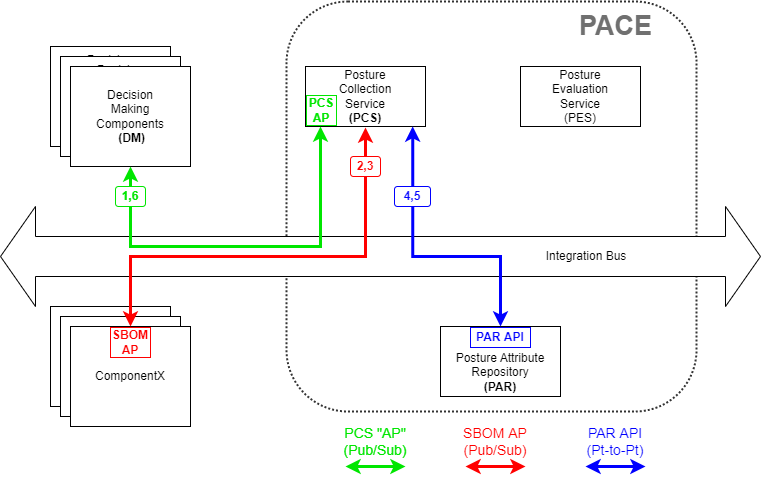
Above: docs/Arch/OC2_Get_SBOM_Arch.png in opencybersecurityalliance/PACE (draw.io), before the change. Source tidied: cells renumbered, new cells last; positions are measured from the earlier drawing's top-left corner, leaving out a move shared by most shapes. Source of this version:
```xml
<mxGraphModel background="#ffffff">
  <root>
    <mxCell id="0" />
    <mxCell id="1" parent="0" />
    <mxCell id="2" style="whiteSpace=wrap;html=1;fillColor=none;strokeWidth=2;rounded=1;dashed=1;dashPattern=1 1;opacity=80;" parent="1" vertex="1">
      <mxGeometry x="286" width="410" height="410" as="geometry" />
    </mxCell>
    <mxCell id="3" value="Integration Bus&lt;span style=&quot;white-space: pre&quot;&gt;&#9;&lt;/span&gt;&lt;span style=&quot;white-space: pre&quot;&gt;&#9;&lt;/span&gt;&lt;span style=&quot;white-space: pre&quot;&gt;&#9;&lt;/span&gt;&lt;span style=&quot;white-space: pre&quot;&gt;&#9;&lt;span style=&quot;white-space: pre&quot;&gt;&#9;&lt;/span&gt;&lt;/span&gt;" style="html=1;shadow=0;dashed=0;align=right;verticalAlign=middle;shape=mxgraph.arrows2.twoWayArrow;dy=0.6;dx=35;" parent="1" vertex="1">
      <mxGeometry y="205" width="760" height="100" as="geometry" />
    </mxCell>
    <mxCell id="4" value="Posture&lt;br&gt;Collection&lt;br&gt;Service&lt;br&gt;&lt;b&gt;(PCS)&lt;/b&gt;" style="rounded=0;whiteSpace=wrap;html=1;" parent="1" vertex="1">
      <mxGeometry x="305" y="65" width="120" height="60" as="geometry" />
    </mxCell>
    <mxCell id="5" value="Posture&lt;br&gt;Evaluation&lt;br&gt;Service&lt;br&gt;(PES)" style="rounded=0;whiteSpace=wrap;html=1;" parent="1" vertex="1">
      <mxGeometry x="520" y="65" width="120" height="60" as="geometry" />
    </mxCell>
    <mxCell id="6" value="Posture&amp;nbsp;Attribute&lt;br&gt;Repository&lt;br&gt;&lt;b&gt;(PAR)&lt;/b&gt;" style="rounded=0;whiteSpace=wrap;html=1;verticalAlign=bottom;" parent="1" vertex="1">
      <mxGeometry x="440" y="325" width="120" height="70" as="geometry" />
    </mxCell>
    <mxCell id="7" value="Decision&lt;br&gt;Making&lt;br&gt;Components&lt;br&gt;Requiring&lt;br&gt;Posture&lt;br&gt;Evaluation" style="rounded=0;whiteSpace=wrap;html=1;" parent="1" vertex="1">
      <mxGeometry x="50" y="45" width="120" height="100" as="geometry" />
    </mxCell>
    <mxCell id="8" value="Components&lt;br&gt;whose&lt;br&gt;posture&lt;br&gt;is&lt;br&gt;assessed" style="rounded=0;whiteSpace=wrap;html=1;" parent="1" vertex="1">
      <mxGeometry x="50" y="305" width="120" height="100" as="geometry" />
    </mxCell>
    <mxCell id="9" value="Decision&lt;br&gt;Making&lt;br&gt;Components&lt;br&gt;Requiring&lt;br&gt;Posture&lt;br&gt;Evaluation" style="rounded=0;whiteSpace=wrap;html=1;" parent="1" vertex="1">
      <mxGeometry x="60" y="55" width="120" height="100" as="geometry" />
    </mxCell>
    <mxCell id="10" value="Decision&lt;br&gt;Making&lt;br&gt;Components&lt;br&gt;&amp;nbsp;&lt;b&gt;(DM)&lt;/b&gt;" style="rounded=0;whiteSpace=wrap;html=1;" parent="1" vertex="1">
      <mxGeometry x="70" y="65" width="120" height="100" as="geometry" />
    </mxCell>
    <mxCell id="11" style="endArrow=classic;startArrow=classic;html=1;rounded=0;strokeColor=#00E600;strokeWidth=3;startFill=1;endSize=6;exitX=0.5;exitY=1;exitDx=0;exitDy=0;endFill=1;sourcePerimeterSpacing=6;targetPerimeterSpacing=6;" parent="1" edge="1" source="10">
      <mxGeometry relative="1" as="geometry">
        <mxPoint x="320" y="125" as="targetPoint" />
        <Array as="points">
          <mxPoint x="130" y="245" />
          <mxPoint x="320" y="245" />
        </Array>
      </mxGeometry>
    </mxCell>
    <mxCell id="12" value="&lt;font color=&quot;#707070&quot;&gt;PACE&lt;/font&gt;" style="text;html=1;align=center;verticalAlign=middle;fillColor=none;strokeColor=none;rounded=0;dashed=1;dashPattern=1 1;opacity=80;fontStyle=1;fontSize=27;fontColor=#636363;" parent="1" vertex="1">
      <mxGeometry x="570" y="5" width="90" height="40" as="geometry" />
    </mxCell>
    <mxCell id="13" value="Components&lt;br&gt;whose&lt;br&gt;posture&lt;br&gt;is&lt;br&gt;assessed" style="rounded=0;whiteSpace=wrap;html=1;" parent="1" vertex="1">
      <mxGeometry x="60" y="315" width="120" height="100" as="geometry" />
    </mxCell>
    <mxCell id="14" value="ComponentX" style="rounded=0;whiteSpace=wrap;html=1;verticalAlign=middle;" parent="1" vertex="1">
      <mxGeometry x="70" y="325" width="120" height="100" as="geometry" />
    </mxCell>
    <mxCell id="15" style="endArrow=classic;startArrow=classic;html=1;rounded=0;strokeColor=#FF0000;strokeWidth=3;startFill=1;endSize=6;endFill=1;entryX=0.5;entryY=1;entryDx=0;entryDy=0;exitX=0.5;exitY=0;exitDx=0;exitDy=0;" parent="1" edge="1" source="14">
      <mxGeometry relative="1" as="geometry">
        <mxPoint x="365" y="126" as="targetPoint" />
        <Array as="points">
          <mxPoint x="130" y="255" />
          <mxPoint x="365" y="255" />
        </Array>
      </mxGeometry>
    </mxCell>
    <mxCell id="16" value="2,3" style="rounded=1;whiteSpace=wrap;html=1;fontColor=#FF0000;strokeColor=#FF0000;strokeWidth=1;fontStyle=1;" parent="1" vertex="1">
      <mxGeometry x="350" y="155" width="30" height="20" as="geometry" />
    </mxCell>
    <mxCell id="17" style="endArrow=classic;startArrow=classic;html=1;rounded=0;fontColor=#0000FF;endSize=6;sourcePerimeterSpacing=6;targetPerimeterSpacing=6;strokeColor=#00E600;strokeWidth=3;" parent="1" edge="1">
      <mxGeometry relative="1" as="geometry">
        <mxPoint x="345" y="465" as="sourcePoint" />
        <mxPoint x="405" y="465" as="targetPoint" />
      </mxGeometry>
    </mxCell>
    <mxCell id="18" value="PCS &quot;AP&quot;&lt;br style=&quot;font-size: 14px;&quot;&gt;(Pub/Sub)" style="text;html=1;strokeColor=none;fillColor=none;align=center;verticalAlign=middle;whiteSpace=wrap;rounded=0;fontColor=#00E600;fontSize=14;" parent="1" vertex="1">
      <mxGeometry x="345" y="425" width="60" height="30" as="geometry" />
    </mxCell>
    <mxCell id="19" style="endArrow=classic;startArrow=classic;html=1;rounded=0;fontColor=#0000FF;endSize=6;sourcePerimeterSpacing=6;targetPerimeterSpacing=6;strokeColor=#FF0000;strokeWidth=3;" parent="1" edge="1">
      <mxGeometry relative="1" as="geometry">
        <mxPoint x="465" y="465" as="sourcePoint" />
        <mxPoint x="525" y="465" as="targetPoint" />
      </mxGeometry>
    </mxCell>
    <mxCell id="20" value="SBOM AP&lt;br style=&quot;font-size: 14px;&quot;&gt;(Pub/Sub)" style="text;html=1;strokeColor=none;fillColor=none;align=center;verticalAlign=middle;whiteSpace=wrap;rounded=0;fontColor=#FF0000;fontSize=14;" parent="1" vertex="1">
      <mxGeometry x="455" y="425" width="80" height="30" as="geometry" />
    </mxCell>
    <mxCell id="21" style="endArrow=classic;startArrow=classic;html=1;rounded=0;fontColor=#0000FF;endSize=6;sourcePerimeterSpacing=6;targetPerimeterSpacing=6;strokeColor=#0000FF;strokeWidth=3;startFill=1;" parent="1" edge="1">
      <mxGeometry relative="1" as="geometry">
        <mxPoint x="585" y="465" as="sourcePoint" />
        <mxPoint x="645" y="465" as="targetPoint" />
      </mxGeometry>
    </mxCell>
    <mxCell id="22" value="PAR API&lt;br style=&quot;font-size: 14px;&quot;&gt;(Pt-to-Pt)" style="text;html=1;strokeColor=none;fillColor=none;align=center;verticalAlign=middle;whiteSpace=wrap;rounded=0;fontColor=#0000FF;fontSize=14;" parent="1" vertex="1">
      <mxGeometry x="575" y="425" width="80" height="30" as="geometry" />
    </mxCell>
    <mxCell id="23" style="endArrow=classic;startArrow=classic;html=1;rounded=0;fontColor=#FF0000;strokeColor=#0000FF;exitX=0.893;exitY=0.999;exitDx=0;exitDy=0;entryX=0.5;entryY=0;entryDx=0;entryDy=0;edgeStyle=orthogonalEdgeStyle;strokeWidth=3;startFill=1;exitPerimeter=0;" parent="1" edge="1" source="4" target="6">
      <mxGeometry relative="1" as="geometry">
        <Array as="points">
          <mxPoint x="412" y="255" />
          <mxPoint x="500" y="255" />
        </Array>
      </mxGeometry>
    </mxCell>
    <mxCell id="24" value="4,5" style="rounded=1;whiteSpace=wrap;html=1;fontColor=#0000FF;strokeColor=#0000FF;strokeWidth=1;fontStyle=1;" parent="1" vertex="1">
      <mxGeometry x="394" y="185" width="36" height="20" as="geometry" />
    </mxCell>
    <mxCell id="25" value="1,6" style="rounded=1;whiteSpace=wrap;html=1;fontColor=#00E600;strokeColor=#00E600;strokeWidth=1;fontStyle=1;" parent="1" vertex="1">
      <mxGeometry x="115" y="185" width="30" height="20" as="geometry" />
    </mxCell>
    <mxCell id="26" value="&lt;b&gt;PCS&lt;br&gt;AP&lt;/b&gt;" style="rounded=0;whiteSpace=wrap;html=1;fontColor=#00E600;strokeColor=#00E600;" parent="1" vertex="1">
      <mxGeometry x="306" y="94" width="30" height="30" as="geometry" />
    </mxCell>
    <mxCell id="27" value="SBOM&lt;br&gt;AP" style="rounded=0;whiteSpace=wrap;html=1;fontColor=#FF0000;strokeColor=#FF0000;fontStyle=1;" parent="1" vertex="1">
      <mxGeometry x="110" y="326" width="40" height="30" as="geometry" />
    </mxCell>
    <mxCell id="28" value="PAR API" style="rounded=0;whiteSpace=wrap;html=1;fontColor=#0000FF;strokeColor=#0000FF;fontStyle=1;" parent="1" vertex="1">
      <mxGeometry x="470" y="326" width="60" height="20" as="geometry" />
    </mxCell>
  </root>
</mxGraphModel>
```
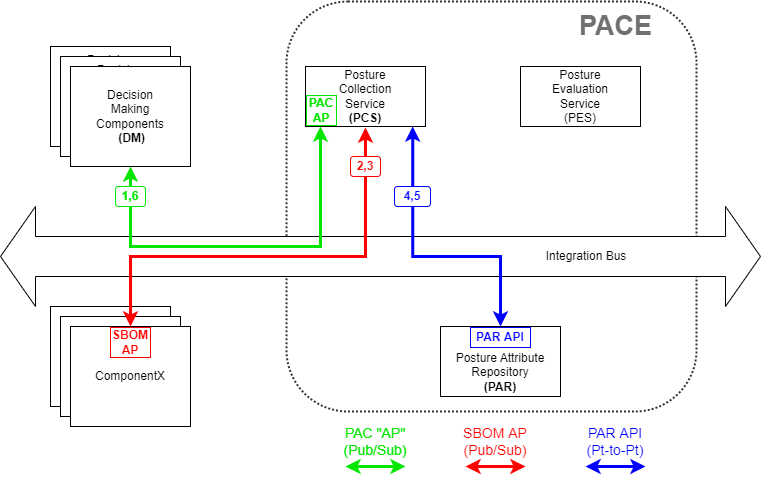
After the commit.

What changed in the source:
```diff
@@ -65,7 +65,7 @@
         <mxPoint x="405" y="465" as="targetPoint" />
       </mxGeometry>
     </mxCell>
-    <mxCell id="18" value="PCS &quot;AP&quot;&lt;br style=&quot;font-size: 14px;&quot;&gt;(Pub/Sub)" style="text;html=1;strokeColor=none;fillColor=none;align=center;verticalAlign=middle;whiteSpace=wrap;rounded=0;fontColor=#00E600;fontSize=14;" parent="1" vertex="1">
+    <mxCell id="18" value="PAC &quot;AP&quot;&lt;br style=&quot;font-size: 14px&quot;&gt;(Pub/Sub)" style="text;html=1;strokeColor=none;fillColor=none;align=center;verticalAlign=middle;whiteSpace=wrap;rounded=0;fontColor=#00E600;fontSize=14;" parent="1" vertex="1">
       <mxGeometry x="345" y="425" width="60" height="30" as="geometry" />
     </mxCell>
     <mxCell id="19" style="endArrow=classic;startArrow=classic;html=1;rounded=0;fontColor=#0000FF;endSize=6;sourcePerimeterSpacing=6;targetPerimeterSpacing=6;strokeColor=#FF0000;strokeWidth=3;" parent="1" edge="1">
@@ -100,7 +100,7 @@
     <mxCell id="25" value="1,6" style="rounded=1;whiteSpace=wrap;html=1;fontColor=#00E600;strokeColor=#00E600;strokeWidth=1;fontStyle=1;" parent="1" vertex="1">
       <mxGeometry x="115" y="185" width="30" height="20" as="geometry" />
     </mxCell>
-    <mxCell id="26" value="&lt;b&gt;PCS&lt;br&gt;AP&lt;/b&gt;" style="rounded=0;whiteSpace=wrap;html=1;fontColor=#00E600;strokeColor=#00E600;" parent="1" vertex="1">
+    <mxCell id="26" value="&lt;b&gt;PAC&lt;br&gt;AP&lt;/b&gt;" style="rounded=0;whiteSpace=wrap;html=1;fontColor=#00E600;strokeColor=#00E600;" parent="1" vertex="1">
       <mxGeometry x="306" y="94" width="30" height="30" as="geometry" />
     </mxCell>
     <mxCell id="27" value="SBOM&lt;br&gt;AP" style="rounded=0;whiteSpace=wrap;html=1;fontColor=#FF0000;strokeColor=#FF0000;fontStyle=1;" parent="1" vertex="1">
```
